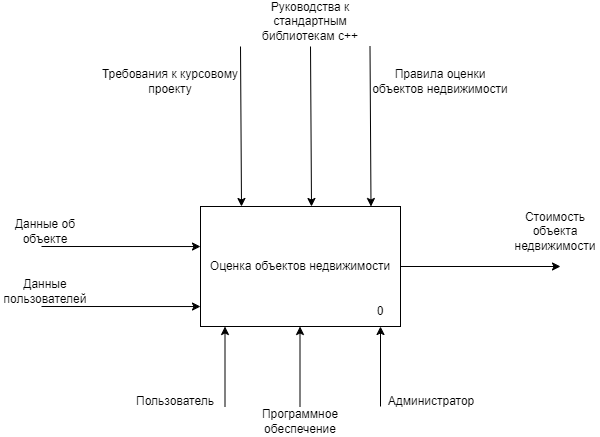
Earlier version of the draw.io export Бюрократия/Картинки-схемы/IDEF0BOOPID.drawio.png (ThomasCharester/KursuckBOOPID). Source tidied: cells renumbered, new cells last; positions are measured from the earlier drawing's top-left corner, leaving out a move shared by most shapes. The source it was exported from:
```xml
<mxGraphModel>
  <root>
    <mxCell id="0" />
    <mxCell id="1" parent="0" />
    <mxCell id="2" value="Оценка объектов недвижимости" style="rounded=0;whiteSpace=wrap;html=1;" parent="1" vertex="1">
      <mxGeometry x="200" y="200" width="200" height="120" as="geometry" />
    </mxCell>
    <mxCell id="3" style="endArrow=classic;html=1;rounded=0;entryX=0.205;entryY=0;entryDx=0;entryDy=0;entryPerimeter=0;" parent="1" edge="1">
      <mxGeometry relative="1" as="geometry">
        <mxPoint x="240" y="40" as="sourcePoint" />
        <mxPoint x="241" y="200" as="targetPoint" />
      </mxGeometry>
    </mxCell>
    <mxCell id="4" value="Требования к курсовому проекту" style="text;html=1;align=center;verticalAlign=middle;whiteSpace=wrap;rounded=0;" parent="1" vertex="1">
      <mxGeometry x="100" y="60" width="140" height="30" as="geometry" />
    </mxCell>
    <mxCell id="5" style="endArrow=classic;html=1;rounded=0;entryX=-0.005;entryY=0.667;entryDx=0;entryDy=0;entryPerimeter=0;" parent="1" edge="1">
      <mxGeometry relative="1" as="geometry">
        <mxPoint x="41" y="240" as="sourcePoint" />
        <mxPoint x="200" y="240" as="targetPoint" />
      </mxGeometry>
    </mxCell>
    <mxCell id="6" value="Данные об объекте" style="text;html=1;align=center;verticalAlign=middle;whiteSpace=wrap;rounded=0;" parent="1" vertex="1">
      <mxGeometry y="210" width="90" height="30" as="geometry" />
    </mxCell>
    <mxCell id="7" style="endArrow=classic;html=1;rounded=0;exitX=1;exitY=0.5;exitDx=0;exitDy=0;" parent="1" edge="1" source="2">
      <mxGeometry relative="1" as="geometry">
        <mxPoint x="560" y="260" as="targetPoint" />
      </mxGeometry>
    </mxCell>
    <mxCell id="8" value="Стоимость объекта недвижимости" style="text;html=1;align=center;verticalAlign=middle;whiteSpace=wrap;rounded=0;" parent="1" vertex="1">
      <mxGeometry x="510" y="210" width="90" height="30" as="geometry" />
    </mxCell>
    <mxCell id="9" style="endArrow=classic;html=1;rounded=0;" parent="1" edge="1">
      <mxGeometry relative="1" as="geometry">
        <mxPoint x="224.5" y="400" as="sourcePoint" />
        <mxPoint x="224.5" y="320" as="targetPoint" />
      </mxGeometry>
    </mxCell>
    <mxCell id="10" value="Пользователь" style="text;html=1;align=center;verticalAlign=middle;whiteSpace=wrap;rounded=0;" parent="1" vertex="1">
      <mxGeometry x="130" y="380" width="90" height="30" as="geometry" />
    </mxCell>
    <mxCell id="11" style="endArrow=classic;html=1;rounded=0;" parent="1" edge="1">
      <mxGeometry relative="1" as="geometry">
        <mxPoint x="380" y="400" as="sourcePoint" />
        <mxPoint x="380" y="320" as="targetPoint" />
      </mxGeometry>
    </mxCell>
    <mxCell id="12" value="Администратор" style="text;html=1;align=center;verticalAlign=middle;whiteSpace=wrap;rounded=0;" parent="1" vertex="1">
      <mxGeometry x="385.5" y="380" width="90" height="30" as="geometry" />
    </mxCell>
    <mxCell id="13" value="0" style="text;html=1;align=center;verticalAlign=middle;whiteSpace=wrap;rounded=0;" parent="1" vertex="1">
      <mxGeometry x="350" y="290" width="60" height="30" as="geometry" />
    </mxCell>
    <mxCell id="14" style="endArrow=classic;html=1;rounded=0;entryX=-0.005;entryY=0.667;entryDx=0;entryDy=0;entryPerimeter=0;" parent="1" edge="1">
      <mxGeometry relative="1" as="geometry">
        <mxPoint x="41" y="300" as="sourcePoint" />
        <mxPoint x="200" y="300" as="targetPoint" />
      </mxGeometry>
    </mxCell>
    <mxCell id="15" value="Данные пользователей" style="text;html=1;align=center;verticalAlign=middle;whiteSpace=wrap;rounded=0;" parent="1" vertex="1">
      <mxGeometry y="270" width="90" height="30" as="geometry" />
    </mxCell>
    <mxCell id="16" style="endArrow=classic;html=1;rounded=0;entryX=0.205;entryY=0;entryDx=0;entryDy=0;entryPerimeter=0;" parent="1" edge="1">
      <mxGeometry relative="1" as="geometry">
        <mxPoint x="369.5" y="40" as="sourcePoint" />
        <mxPoint x="370.5" y="200" as="targetPoint" />
      </mxGeometry>
    </mxCell>
    <mxCell id="17" value="Правила оценки объектов недвижимости" style="text;html=1;align=center;verticalAlign=middle;whiteSpace=wrap;rounded=0;" parent="1" vertex="1">
      <mxGeometry x="370" y="60" width="140" height="30" as="geometry" />
    </mxCell>
    <mxCell id="18" style="endArrow=classic;html=1;rounded=0;entryX=0.205;entryY=0;entryDx=0;entryDy=0;entryPerimeter=0;" parent="1" edge="1">
      <mxGeometry relative="1" as="geometry">
        <mxPoint x="310" y="40" as="sourcePoint" />
        <mxPoint x="311" y="200" as="targetPoint" />
      </mxGeometry>
    </mxCell>
    <mxCell id="19" value="Руководства к стандартным библиотекам c++" style="text;html=1;align=center;verticalAlign=middle;whiteSpace=wrap;rounded=0;" parent="1" vertex="1">
      <mxGeometry x="240" width="140" height="30" as="geometry" />
    </mxCell>
    <mxCell id="20" style="endArrow=classic;html=1;rounded=0;" parent="1" edge="1">
      <mxGeometry relative="1" as="geometry">
        <mxPoint x="299.5" y="400" as="sourcePoint" />
        <mxPoint x="299.5" y="320" as="targetPoint" />
      </mxGeometry>
    </mxCell>
    <mxCell id="21" value="Программное обеспечение" style="text;html=1;align=center;verticalAlign=middle;whiteSpace=wrap;rounded=0;" parent="1" vertex="1">
      <mxGeometry x="255" y="400" width="90" height="30" as="geometry" />
    </mxCell>
  </root>
</mxGraphModel>
```
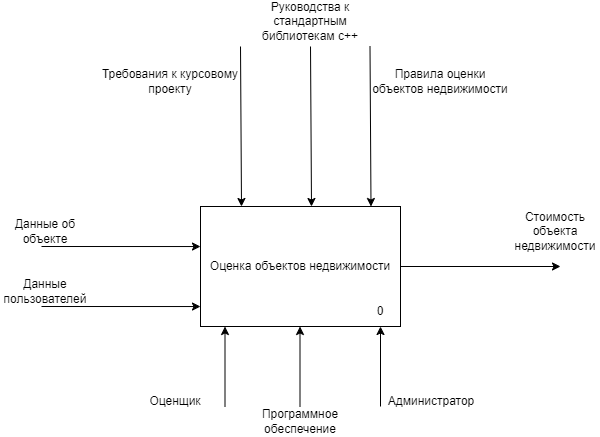
The same file after the commit.

Change to the diagram source:
```diff
@@ -37,7 +37,7 @@
         <mxPoint x="224.5" y="320" as="targetPoint" />
       </mxGeometry>
     </mxCell>
-    <mxCell id="10" value="Пользователь" style="text;html=1;align=center;verticalAlign=middle;whiteSpace=wrap;rounded=0;" parent="1" vertex="1">
+    <mxCell id="10" value="Оценщик" style="text;html=1;align=center;verticalAlign=middle;whiteSpace=wrap;rounded=0;" parent="1" vertex="1">
       <mxGeometry x="130" y="380" width="90" height="30" as="geometry" />
     </mxCell>
     <mxCell id="11" style="endArrow=classic;html=1;rounded=0;" parent="1" edge="1">
```
